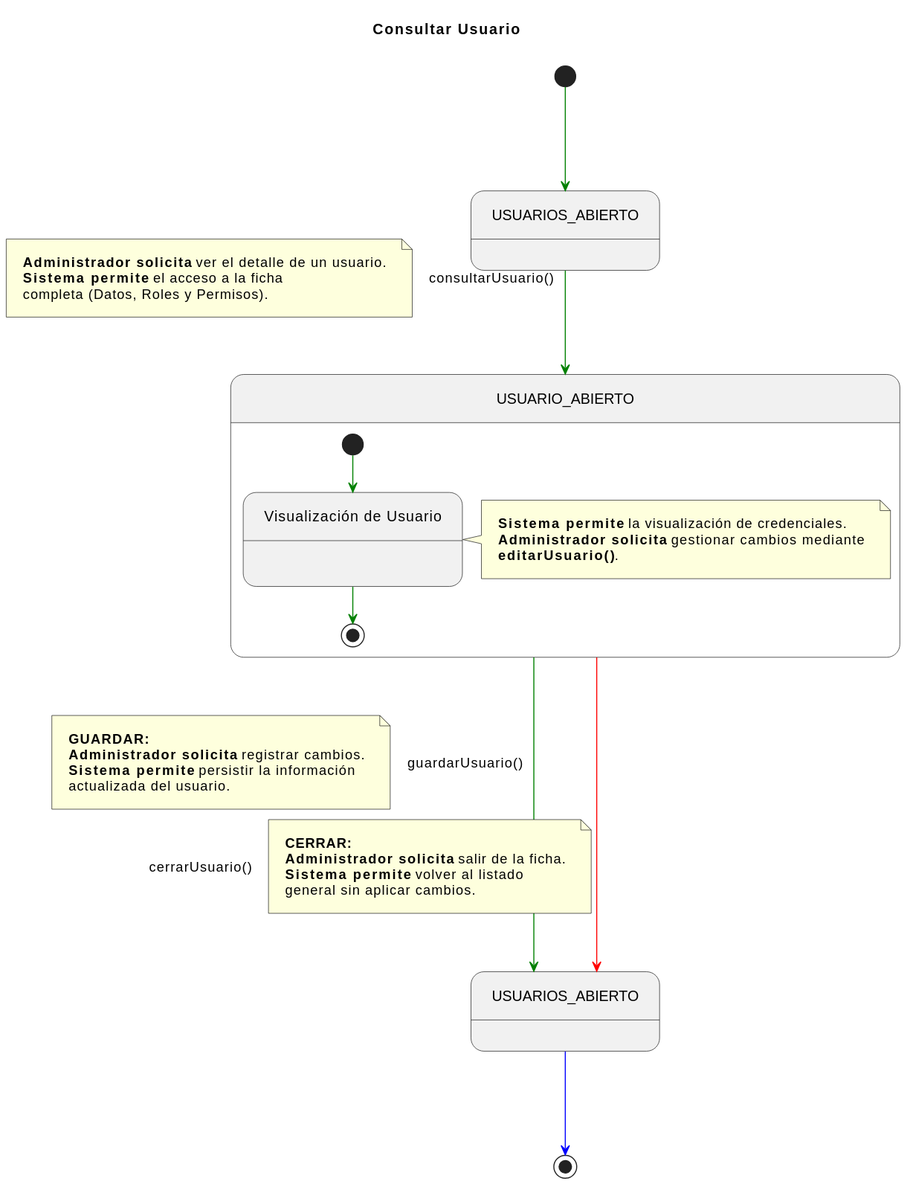
Earlier version of the PlantUML export documents/CasosDeUso/DetalladoCasosDeUso/Administrador/consultarUsuario.svg (enmabry/25-26-IdSw1-SdR).
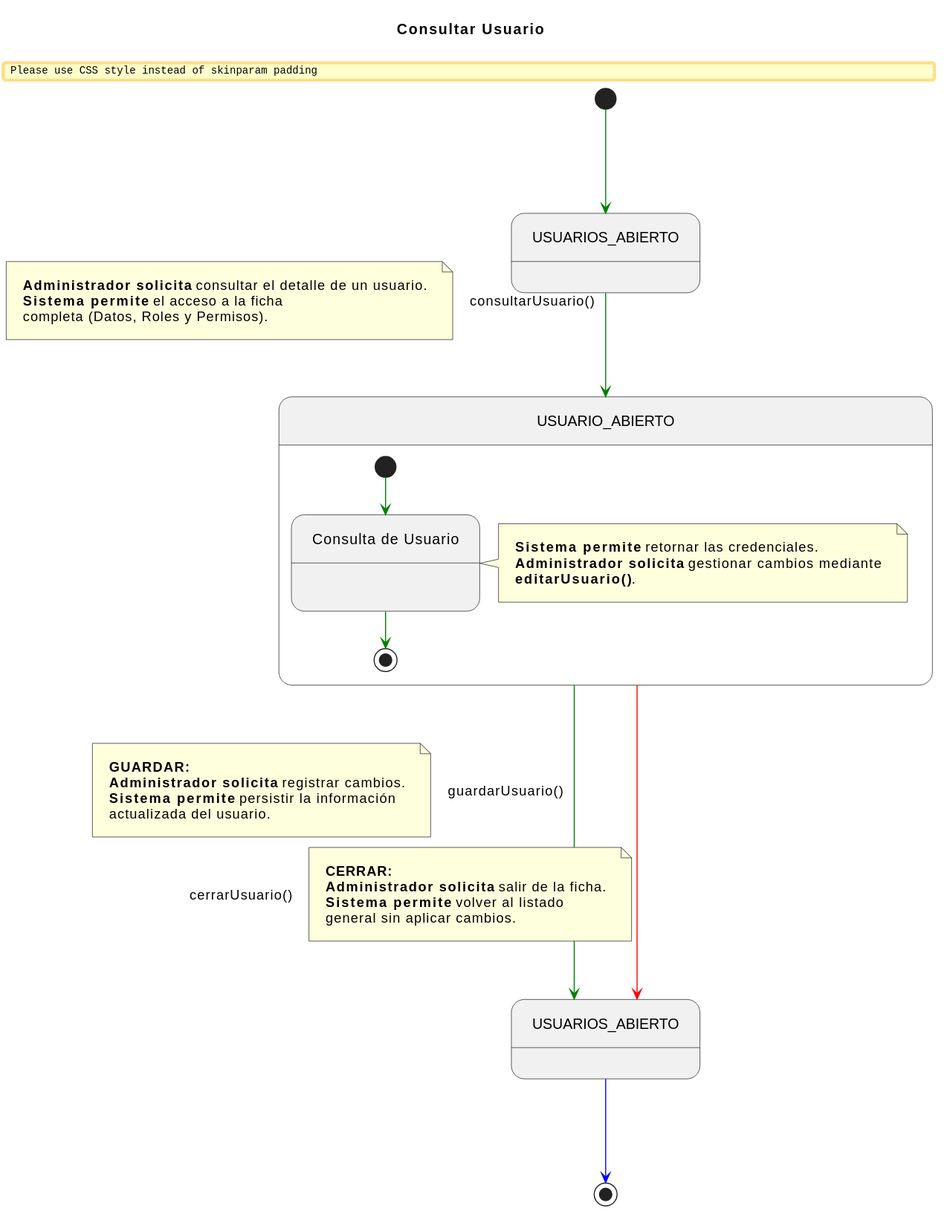
After the change.

The edit, as a diff of the source:
```diff
@@ -14,25 +14,25 @@
 
 USUARIOS_ABIERTO_INICIAL -[#green]-> USUARIO_ABIERTO_COMP : consultarUsuario()
 note left on link
-    <b>Administrador solicita</b> ver el detalle de un usuario.
+    <b>Administrador solicita</b> consultar el detalle de un usuario.
     <b>Sistema permite</b> el acceso a la ficha
     completa (Datos, Roles y Permisos).
 end note
 
 state USUARIO_ABIERTO_COMP {
-    state VisualizacionDatos as "Visualización de Usuario"
+    state ConsultaDatos as "Consulta de Usuario"
 
-    VisualizacionDatos :
+    ConsultaDatos :
 
-    [*] -[#green]-> VisualizacionDatos
+    [*] -[#green]-> ConsultaDatos
 
-    note right of VisualizacionDatos
-        <b>Sistema permite</b> la visualización de credenciales.
+    note right of ConsultaDatos
+        <b>Sistema permite</b> retornar las credenciales.
         <b>Administrador solicita</b> gestionar cambios mediante
         **editarUsuario()**.
     end note
 
-    VisualizacionDatos -[#green]-> [*]
+    ConsultaDatos -[#green]-> [*]
 }
 
 USUARIO_ABIERTO_COMP -[#green]---> USUARIOS_ABIERTO_FINAL : guardarUsuario()
```
